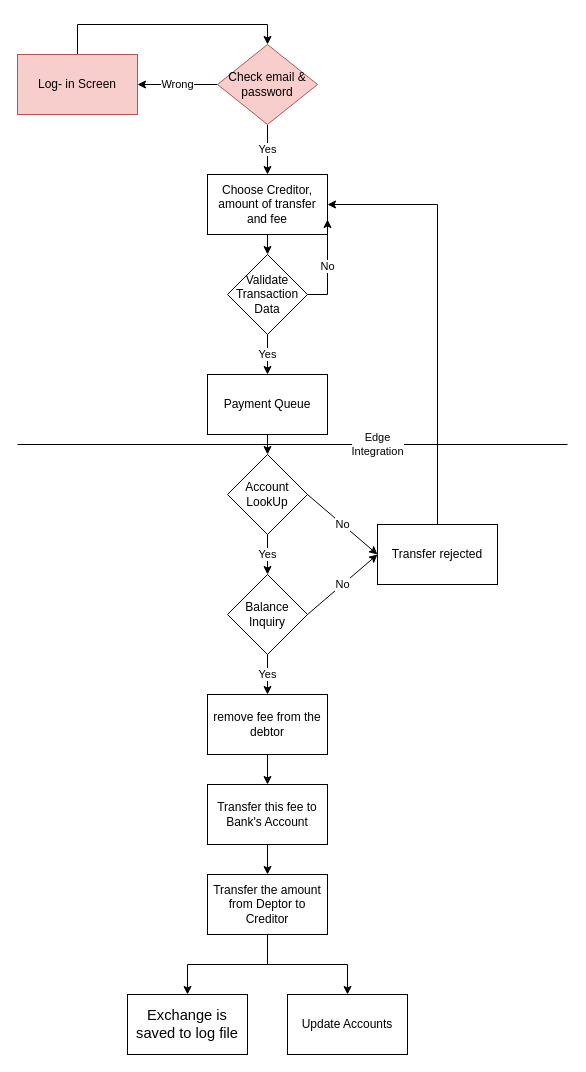
This is page "Payment" (1 of 2) of Untitled Diagram.drawio from Alexander92j/Fintech-PF7-Team5, a draw.io file, before an edit. Source tidied: cells renumbered, new cells numbered last; positions are measured from the earlier drawing's top-left corner, leaving out a move shared by most shapes. Both pictures are drawn from the tidied source at 100%, with x=0, y=0 at pixel (17, 44).
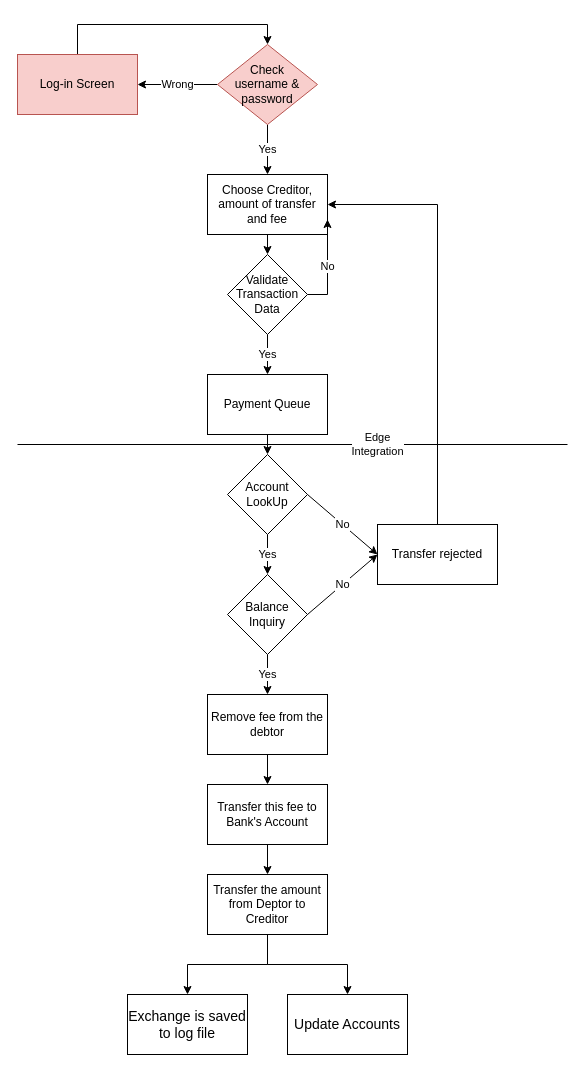
The same diagram, later.

Change to the diagram source:
```diff
@@
-    <mxCell id="9" value="&lt;b style=&quot;font-weight: normal&quot; id=&quot;docs-internal-guid-dbb8c8f2-7fff-a67b-86fc-b061e086bc53&quot;&gt;&lt;span style=&quot;font-size: 11pt ; font-family: &amp;#34;arial&amp;#34; ; color: rgb(0 , 0 , 0) ; background-color: transparent ; font-weight: 400 ; font-style: normal ; font-variant: normal ; text-decoration: none ; vertical-align: baseline&quot;&gt;Exchange is saved to log file&lt;/span&gt;&lt;/b&gt;" style="whiteSpace=wrap;html=1;" parent="1" vertex="1">
+    <mxCell id="9" value="&lt;font style=&quot;font-size: 14px&quot;&gt;&lt;span style=&quot;font-family: &amp;#34;arial&amp;#34; ; color: rgb(0 , 0 , 0) ; background-color: transparent ; font-style: normal ; font-variant: normal ; text-decoration: none ; vertical-align: baseline&quot;&gt;Exchange is saved to log file&lt;/span&gt;&lt;/font&gt;" style="whiteSpace=wrap;html=1;" parent="1" vertex="1">
       <mxGeometry x="110" y="950" width="120" height="60" as="geometry" />
     </mxCell>
-    <mxCell id="10" value="Update Accounts" style="whiteSpace=wrap;html=1;" parent="1" vertex="1">
+    <mxCell id="10" value="&lt;font style=&quot;font-size: 14px&quot;&gt;Update Accounts&lt;/font&gt;" style="whiteSpace=wrap;html=1;" parent="1" vertex="1">
       <mxGeometry x="270" y="950" width="120" height="60" as="geometry" />
     </mxCell>
@@
-    <mxCell id="14" value="remove fee from the debtor" style="whiteSpace=wrap;html=1;" parent="1" vertex="1">
+    <mxCell id="14" value="Remove fee from the debtor" style="whiteSpace=wrap;html=1;" parent="1" vertex="1">
       <mxGeometry x="190" y="650" width="120" height="60" as="geometry" />
     </mxCell>
@@
-    <mxCell id="28" value="Check email &amp;amp; password" style="rhombus;whiteSpace=wrap;html=1;fillColor=#f8cecc;strokeColor=#b85450;" parent="1" vertex="1">
+    <mxCell id="28" value="Check&lt;br&gt;username &amp;amp; password" style="rhombus;whiteSpace=wrap;html=1;fillColor=#f8cecc;strokeColor=#b85450;" parent="1" vertex="1">
       <mxGeometry x="200" width="100" height="80" as="geometry" />
     </mxCell>
@@
-    <mxCell id="30" value="Log- in Screen" style="rounded=0;whiteSpace=wrap;html=1;fillColor=#f8cecc;strokeColor=#b85450;" parent="1" vertex="1">
+    <mxCell id="30" value="Log-in Screen" style="rounded=0;whiteSpace=wrap;html=1;fillColor=#f8cecc;strokeColor=#b85450;" parent="1" vertex="1">
       <mxGeometry y="10" width="120" height="60" as="geometry" />
     </mxCell>
```
